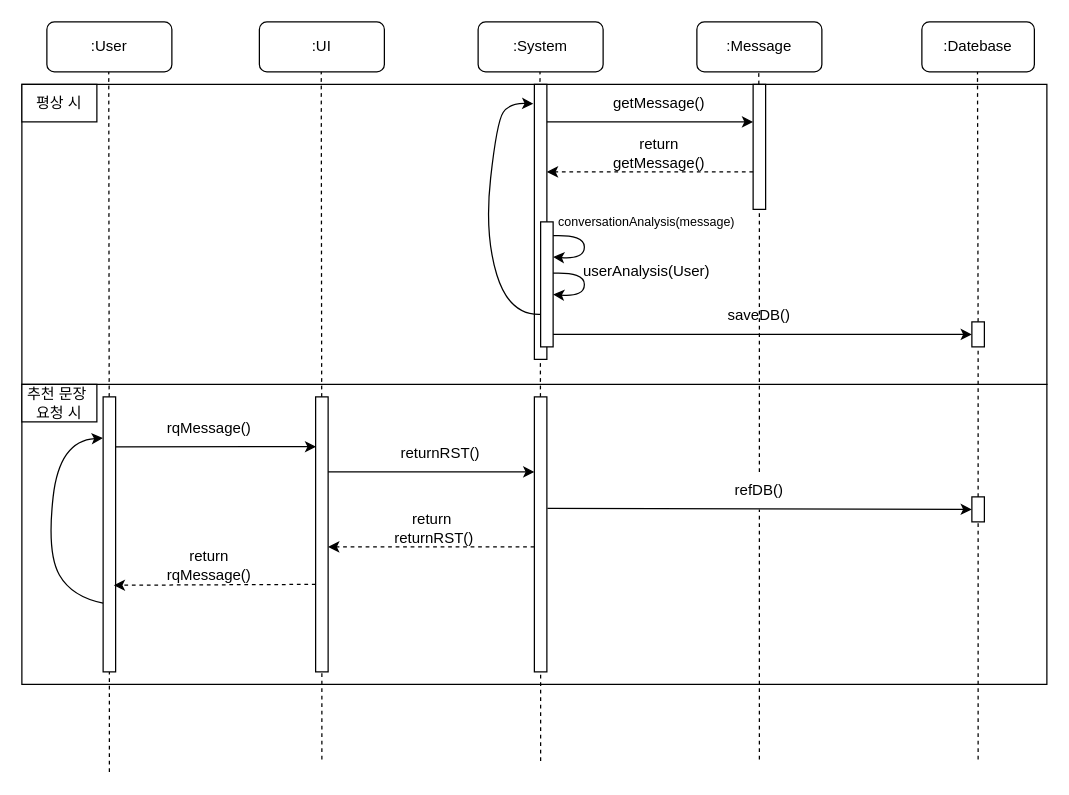
Earlier version of the draw.io diagram Jo/추천문장재요청.drawio (Sir-u/Capstone_ThreeIdiots). Source tidied: cells renumbered, new cells numbered last; positions are measured from the earlier drawing's top-left corner, leaving out a move shared by most shapes. Both pictures are drawn from the tidied source at 125%, with x=0, y=0 at pixel (21, 21).
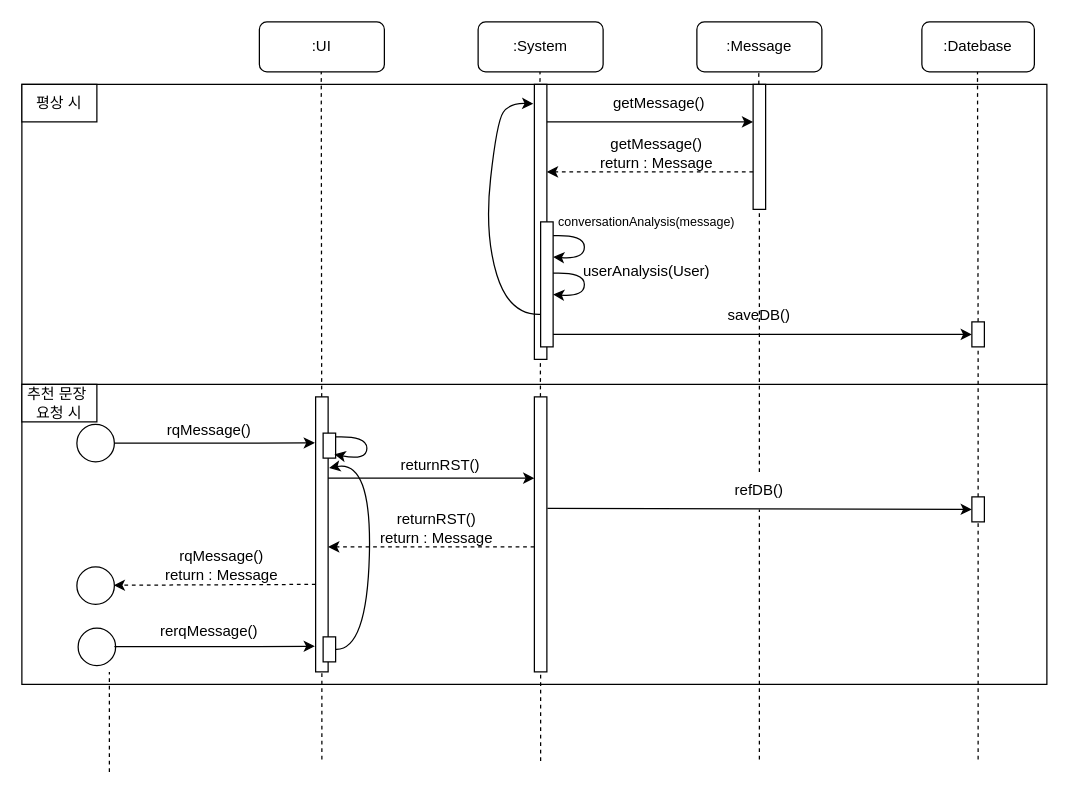
The same page after the edit.

Commit message (it also covers changes not shown here):
Add rerqMessage() Method

The change refers to these unchanged cells:
```xml
<mxCell id="36" style="rounded=0;whiteSpace=wrap;html=1;" parent="1" vertex="1">
  <mxGeometry x="235" y="300" width="10" height="220" as="geometry" />
</mxCell>
```

Diff of the diagram source:
```diff
@@
-    <mxCell id="4" value=":User" style="rounded=1;whiteSpace=wrap;html=1;" parent="1" vertex="1">
-      <mxGeometry x="20" width="100" height="40" as="geometry" />
-    </mxCell>
@@
-    <mxCell id="9" style="endArrow=none;dashed=1;html=1;rounded=0;" parent="1" edge="1" source="33">
-      <mxGeometry relative="1" as="geometry">
-        <mxPoint x="69.5" y="40" as="targetPoint" />
-      </mxGeometry>
-    </mxCell>
@@
-    <mxCell id="20" value="return getMessage()" style="text;html=1;strokeColor=none;fillColor=none;align=center;verticalAlign=middle;whiteSpace=wrap;rounded=0;" parent="1" vertex="1">
-      <mxGeometry x="480" y="90" width="60" height="30" as="geometry" />
+    <mxCell id="20" value="getMessage()&lt;br&gt;return : Message" style="text;html=1;strokeColor=none;fillColor=none;align=center;verticalAlign=middle;whiteSpace=wrap;rounded=0;" parent="1" vertex="1">
+      <mxGeometry x="458" y="90" width="100" height="30" as="geometry" />
     </mxCell>
@@
-    <mxCell id="32" style="endArrow=none;dashed=1;html=1;rounded=0;" parent="1" edge="1" target="33">
+    <mxCell id="32" style="endArrow=none;dashed=1;html=1;rounded=0;" parent="1" edge="1">
       <mxGeometry relative="1" as="geometry">
         <mxPoint x="70" y="600" as="sourcePoint" />
+        <mxPoint x="70" y="520" as="targetPoint" />
       </mxGeometry>
     </mxCell>
-    <mxCell id="33" style="rounded=0;whiteSpace=wrap;html=1;" parent="1" vertex="1">
-      <mxGeometry x="65" y="300" width="10" height="220" as="geometry" />
-    </mxCell>
-    <mxCell id="34" style="endArrow=classic;html=1;rounded=0;entryX=0.043;entryY=0.181;entryDx=0;entryDy=0;entryPerimeter=0;" parent="1" edge="1" target="36">
+    <mxCell id="34" style="endArrow=classic;html=1;rounded=0;entryX=0.043;entryY=0.181;entryDx=0;entryDy=0;entryPerimeter=0;" parent="1" edge="1">
       <mxGeometry relative="1" as="geometry">
-        <mxPoint x="75" y="340" as="sourcePoint" />
+        <mxPoint x="74" y="337" as="sourcePoint" />
+        <mxPoint x="234.4" y="336.8" as="targetPoint" />
+        <Array as="points">
+          <mxPoint x="189" y="337" />
+        </Array>
       </mxGeometry>
     </mxCell>
@@
     <mxCell id="37" value="rqMessage()" style="text;html=1;strokeColor=none;fillColor=none;align=center;verticalAlign=middle;whiteSpace=wrap;rounded=0;" parent="1" vertex="1">
-      <mxGeometry x="120" y="310" width="60" height="30" as="geometry" />
+      <mxGeometry x="120" y="312" width="60" height="30" as="geometry" />
     </mxCell>
@@
     <mxCell id="40" style="endArrow=classic;html=1;rounded=0;" parent="1" edge="1">
       <mxGeometry relative="1" as="geometry">
-        <mxPoint x="245" y="360" as="sourcePoint" />
-        <mxPoint x="410" y="360" as="targetPoint" />
+        <mxPoint x="245" y="365" as="sourcePoint" />
+        <mxPoint x="410" y="365" as="targetPoint" />
       </mxGeometry>
     </mxCell>
     <mxCell id="41" value="returnRST()" style="text;html=1;strokeColor=none;fillColor=none;align=center;verticalAlign=middle;whiteSpace=wrap;rounded=0;" parent="1" vertex="1">
-      <mxGeometry x="305" y="330" width="60" height="30" as="geometry" />
+      <mxGeometry x="305" y="340" width="60" height="30" as="geometry" />
     </mxCell>
@@
-    <mxCell id="47" value="return&amp;nbsp;&lt;br&gt;returnRST()" style="text;html=1;strokeColor=none;fillColor=none;align=center;verticalAlign=middle;whiteSpace=wrap;rounded=0;" parent="1" vertex="1">
-      <mxGeometry x="300" y="390" width="60" height="30" as="geometry" />
+    <mxCell id="47" value="returnRST()&lt;br&gt;return : Message" style="text;html=1;strokeColor=none;fillColor=none;align=center;verticalAlign=middle;whiteSpace=wrap;rounded=0;" parent="1" vertex="1">
+      <mxGeometry x="282" y="390" width="100" height="30" as="geometry" />
     </mxCell>
-    <mxCell id="48" style="endArrow=classic;html=1;rounded=0;entryX=0.852;entryY=0.685;entryDx=0;entryDy=0;entryPerimeter=0;dashed=1;" parent="1" edge="1" target="33">
+    <mxCell id="48" style="endArrow=classic;html=1;rounded=0;entryX=0.852;entryY=0.685;entryDx=0;entryDy=0;entryPerimeter=0;dashed=1;" parent="1" edge="1">
       <mxGeometry relative="1" as="geometry">
         <mxPoint x="235" y="450" as="sourcePoint" />
+        <mxPoint x="73.5" y="450.7" as="targetPoint" />
       </mxGeometry>
     </mxCell>
-    <mxCell id="49" value="return&lt;br&gt;rqMessage()" style="text;html=1;strokeColor=none;fillColor=none;align=center;verticalAlign=middle;whiteSpace=wrap;rounded=0;" parent="1" vertex="1">
-      <mxGeometry x="120" y="420" width="60" height="30" as="geometry" />
+    <mxCell id="49" value="rqMessage()&lt;br&gt;return : Message" style="text;html=1;strokeColor=none;fillColor=none;align=center;verticalAlign=middle;whiteSpace=wrap;rounded=0;" parent="1" vertex="1">
+      <mxGeometry x="110" y="420" width="100" height="30" as="geometry" />
     </mxCell>
@@
-    <mxCell id="52" style="curved=1;endArrow=classic;html=1;rounded=0;exitX=0;exitY=0.75;exitDx=0;exitDy=0;entryX=-0.02;entryY=0.15;entryDx=0;entryDy=0;entryPerimeter=0;" parent="1" edge="1" source="33" target="33">
-      <mxGeometry relative="1" as="geometry">
-        <Array as="points">
-          <mxPoint x="40" y="460" />
-          <mxPoint x="20" y="425" />
-          <mxPoint x="30" y="335" />
-        </Array>
-      </mxGeometry>
-    </mxCell>
+    <mxCell id="53" style="ellipse;whiteSpace=wrap;html=1;" parent="1" vertex="1">
+      <mxGeometry x="44" y="322" width="30" height="30" as="geometry" />
+    </mxCell>
+    <mxCell id="54" style="ellipse;whiteSpace=wrap;html=1;" parent="1" vertex="1">
+      <mxGeometry x="44" y="436" width="30" height="30" as="geometry" />
+    </mxCell>
+    <mxCell id="55" style="ellipse;whiteSpace=wrap;html=1;" parent="1" vertex="1">
+      <mxGeometry x="45" y="485" width="30" height="30" as="geometry" />
+    </mxCell>
+    <mxCell id="56" style="rounded=0;whiteSpace=wrap;html=1;" parent="1" vertex="1">
+      <mxGeometry x="241" y="329" width="10" height="20" as="geometry" />
+    </mxCell>
+    <mxCell id="57" style="curved=1;endArrow=classic;html=1;rounded=0;exitX=1.044;exitY=0.159;exitDx=0;exitDy=0;exitPerimeter=0;" parent="1" edge="1">
+      <mxGeometry relative="1" as="geometry">
+        <mxPoint x="251" y="332" as="sourcePoint" />
+        <mxPoint x="250" y="346" as="targetPoint" />
+        <Array as="points">
+          <mxPoint x="276" y="331" />
+          <mxPoint x="276" y="351" />
+        </Array>
+      </mxGeometry>
+    </mxCell>
+    <mxCell id="58" style="endArrow=classic;html=1;rounded=0;entryX=0.043;entryY=0.181;entryDx=0;entryDy=0;entryPerimeter=0;" parent="1" edge="1">
+      <mxGeometry relative="1" as="geometry">
+        <mxPoint x="74" y="499.7" as="sourcePoint" />
+        <mxPoint x="234.4" y="499.5" as="targetPoint" />
+        <Array as="points">
+          <mxPoint x="189" y="499.7" />
+        </Array>
+      </mxGeometry>
+    </mxCell>
+    <mxCell id="59" value="rerqMessage()" style="text;html=1;strokeColor=none;fillColor=none;align=center;verticalAlign=middle;whiteSpace=wrap;rounded=0;" parent="1" vertex="1">
+      <mxGeometry x="120" y="473" width="60" height="30" as="geometry" />
+    </mxCell>
+    <mxCell id="60" style="rounded=0;whiteSpace=wrap;html=1;" parent="1" vertex="1">
+      <mxGeometry x="241" y="492" width="10" height="20" as="geometry" />
+    </mxCell>
+    <mxCell id="61" style="curved=1;endArrow=classic;html=1;rounded=0;exitX=1.044;exitY=0.159;exitDx=0;exitDy=0;exitPerimeter=0;entryX=1.077;entryY=0.259;entryDx=0;entryDy=0;entryPerimeter=0;" parent="1" edge="1" target="36">
+      <mxGeometry relative="1" as="geometry">
+        <mxPoint x="251" y="502" as="sourcePoint" />
+        <Array as="points">
+          <mxPoint x="276" y="503" />
+          <mxPoint x="280" y="350" />
+        </Array>
+      </mxGeometry>
+    </mxCell>
```
